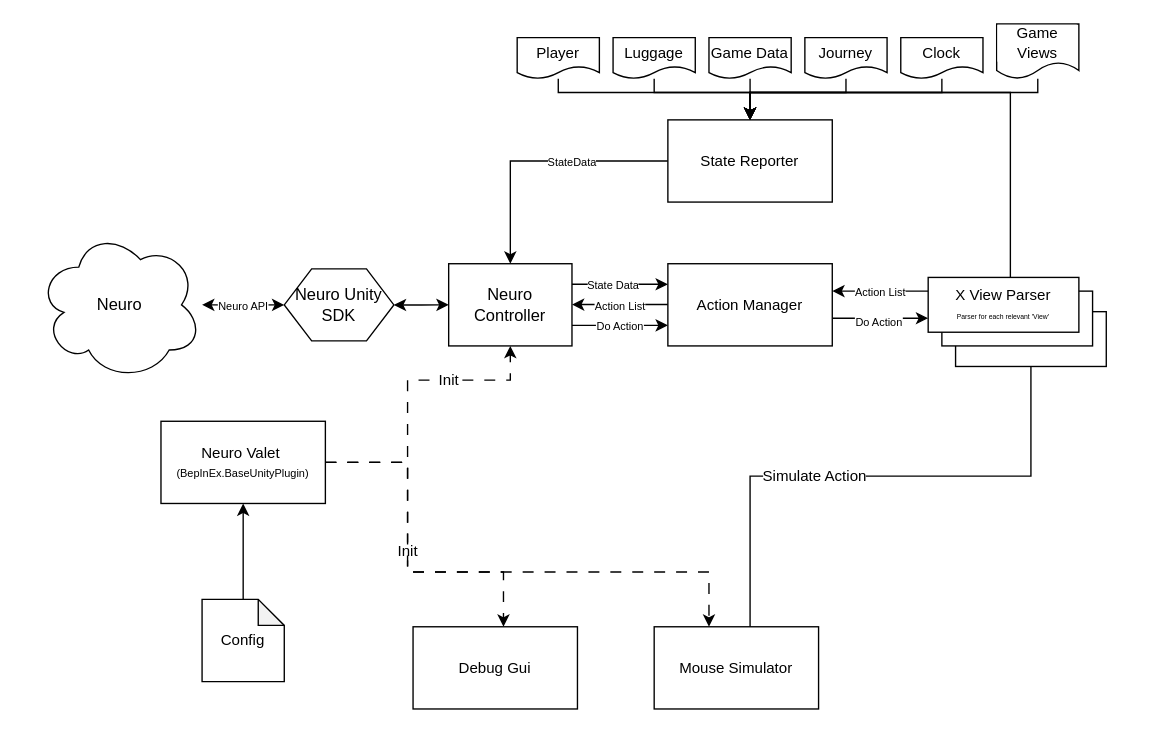
This is DesignDiagram.drawio from FortressSpy/NeuroValet, a draw.io file, before an edit. Source tidied: cells renumbered, new cells numbered last; positions are measured from the earlier drawing's top-left corner, leaving out a move shared by most shapes. Both pictures are drawn from the tidied source at 137%, with x=0, y=0 at pixel (37, 23).
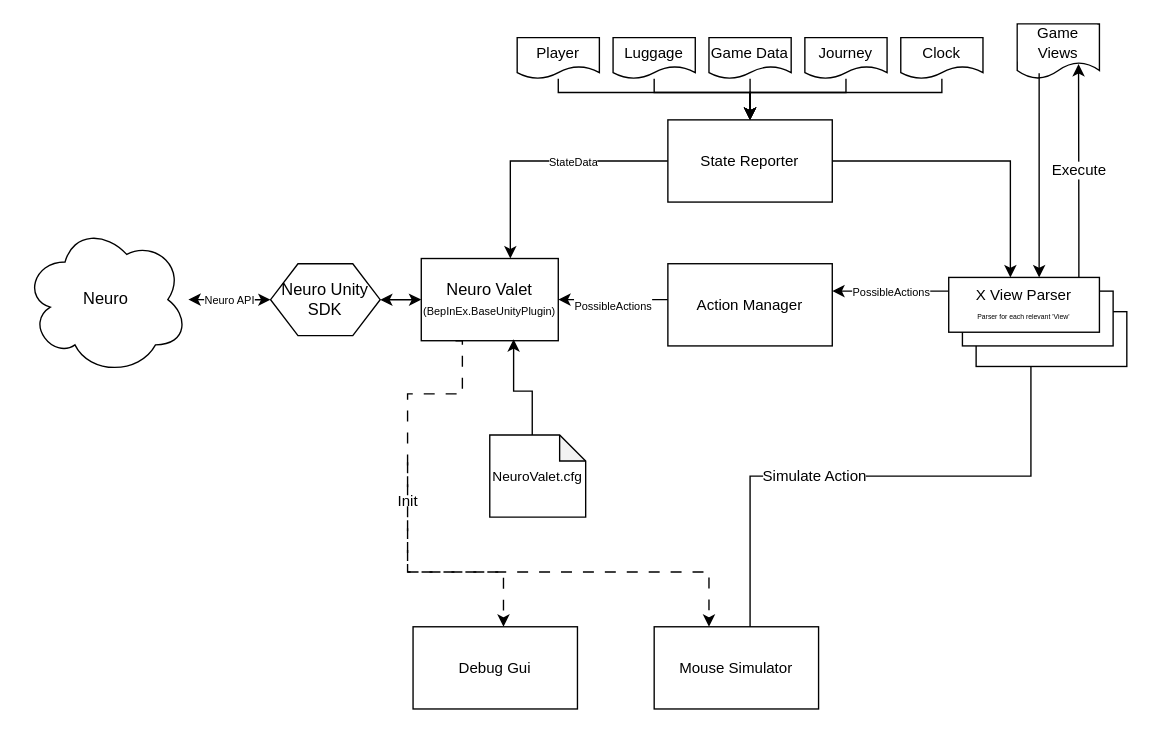
The same diagram, later.

Commit message (it also covers changes not shown here):
Updating readme and diagrams per latest design changes

Unchanged cells that the change refers to:
```xml
<mxCell id="17" value="Debug Gui" style="rounded=0;whiteSpace=wrap;html=1;fontFamily=Helvetica;fontSize=11;fontColor=default;labelBackgroundColor=default;" parent="1" vertex="1">
  <mxGeometry x="274" y="440" width="120" height="60" as="geometry" />
</mxCell>
<mxCell id="18" value="Mouse Simulator" style="rounded=0;whiteSpace=wrap;html=1;fontFamily=Helvetica;fontSize=11;fontColor=default;labelBackgroundColor=default;" parent="1" vertex="1">
  <mxGeometry x="450" y="440" width="120" height="60" as="geometry" />
</mxCell>
<mxCell id="19" value="State Reporter" style="rounded=0;whiteSpace=wrap;html=1;fontFamily=Helvetica;fontSize=11;fontColor=default;labelBackgroundColor=default;" parent="1" vertex="1">
  <mxGeometry x="460" y="70" width="120" height="60" as="geometry" />
</mxCell>
<mxCell id="23" value="Action Manager" style="rounded=0;whiteSpace=wrap;html=1;fontFamily=Helvetica;fontSize=11;fontColor=default;labelBackgroundColor=default;" parent="1" vertex="1">
  <mxGeometry x="460" y="175" width="120" height="60" as="geometry" />
</mxCell>
```

Change to the diagram source:
```diff
@@
     <mxCell id="3" style="rounded=0;whiteSpace=wrap;html=1;fontFamily=Helvetica;fontSize=11;fontColor=default;labelBackgroundColor=default;" parent="1" vertex="1">
-      <mxGeometry x="670" y="210" width="110" height="40" as="geometry" />
+      <mxGeometry x="685" y="210" width="110" height="40" as="geometry" />
     </mxCell>
     <mxCell id="4" style="rounded=0;whiteSpace=wrap;html=1;fontFamily=Helvetica;fontSize=11;fontColor=default;labelBackgroundColor=default;" parent="1" vertex="1">
-      <mxGeometry x="660" y="195" width="110" height="40" as="geometry" />
+      <mxGeometry x="675" y="195" width="110" height="40" as="geometry" />
     </mxCell>
     <mxCell id="5" value="Neuro" style="ellipse;shape=cloud;whiteSpace=wrap;html=1;" parent="1" vertex="1">
-      <mxGeometry y="150" width="120" height="110" as="geometry" />
+      <mxGeometry x="-10" y="146.2" width="120" height="110" as="geometry" />
     </mxCell>
@@
     <mxCell id="8" value="Neuro Unity SDK" style="shape=hexagon;perimeter=hexagonPerimeter2;whiteSpace=wrap;html=1;fixedSize=1;" parent="1" vertex="1">
-      <mxGeometry x="180" y="178.8" width="80" height="52.5" as="geometry" />
+      <mxGeometry x="170" y="175" width="80" height="52.5" as="geometry" />
     </mxCell>
@@
-    <mxCell id="10" value="&lt;font style=&quot;font-size: 8px;&quot;&gt;Do Action&lt;/font&gt;" style="edgeStyle=orthogonalEdgeStyle;shape=connector;rounded=0;orthogonalLoop=1;jettySize=auto;html=1;entryX=0;entryY=0.25;entryDx=0;entryDy=0;strokeColor=default;align=center;verticalAlign=middle;fontFamily=Helvetica;fontSize=11;fontColor=default;labelBackgroundColor=default;startArrow=none;startFill=0;endArrow=classic;" parent="1" edge="1">
-      <mxGeometry relative="1" as="geometry">
-        <mxPoint x="390" y="220" as="sourcePoint" />
-        <mxPoint x="460" y="220" as="targetPoint" />
-        <Array as="points">
-          <mxPoint x="410" y="220" />
-          <mxPoint x="410" y="220" />
-        </Array>
-      </mxGeometry>
-    </mxCell>
-    <mxCell id="11" value="&lt;font style=&quot;font-size: 8px;&quot;&gt;State Data&lt;/font&gt;" style="edgeStyle=orthogonalEdgeStyle;shape=connector;rounded=0;jettySize=auto;html=1;entryX=0;entryY=0.25;entryDx=0;entryDy=0;strokeColor=default;align=center;verticalAlign=middle;fontFamily=Helvetica;fontSize=11;fontColor=default;labelBackgroundColor=default;startArrow=none;startFill=0;endArrow=classic;" parent="1" edge="1" source="12" target="23">
-      <mxGeometry x="-0.14" relative="1" as="geometry">
-        <Array as="points">
-          <mxPoint x="410" y="190" />
-          <mxPoint x="410" y="190" />
-        </Array>
-      </mxGeometry>
-    </mxCell>
-    <mxCell id="12" value="Neuro Controller" style="rounded=0;whiteSpace=wrap;html=1;" parent="1" vertex="1">
-      <mxGeometry x="300" y="175" width="90" height="60" as="geometry" />
+    <mxCell id="12" value="Neuro Valet&lt;div&gt;&lt;font style=&quot;font-size: 8px;&quot;&gt;(BepInEx.BaseUnityPlugin)&lt;/font&gt;&lt;/div&gt;" style="rounded=0;whiteSpace=wrap;html=1;" parent="1" vertex="1">
+      <mxGeometry x="280" y="171.2" width="100" height="60" as="geometry" />
     </mxCell>
-    <mxCell id="13" value="Init" style="edgeStyle=orthogonalEdgeStyle;shape=connector;rounded=0;jettySize=auto;html=1;entryX=0.5;entryY=1;entryDx=0;entryDy=0;strokeColor=default;align=center;verticalAlign=middle;fontFamily=Helvetica;fontSize=11;fontColor=default;labelBackgroundColor=default;startArrow=none;startFill=0;endArrow=classic;dashed=1;dashPattern=8 8;exitX=1;exitY=0.5;exitDx=0;exitDy=0;" parent="1" edge="1" source="16" target="12">
-      <mxGeometry x="0.36" relative="1" as="geometry">
-        <Array as="points">
-          <mxPoint x="270" y="320" />
-          <mxPoint x="270" y="260" />
-          <mxPoint x="345" y="260" />
-        </Array>
-      </mxGeometry>
-    </mxCell>
-    <mxCell id="14" value="Init" style="edgeStyle=orthogonalEdgeStyle;shape=connector;rounded=0;jettySize=auto;html=1;strokeColor=default;align=center;verticalAlign=middle;fontFamily=Helvetica;fontSize=11;fontColor=default;labelBackgroundColor=default;startArrow=none;startFill=0;endArrow=classic;dashed=1;dashPattern=8 8;" parent="1" edge="1" source="16" target="17">
+    <mxCell id="14" value="Init" style="edgeStyle=orthogonalEdgeStyle;shape=connector;rounded=0;jettySize=auto;html=1;strokeColor=default;align=center;verticalAlign=middle;fontFamily=Helvetica;fontSize=11;fontColor=default;labelBackgroundColor=default;startArrow=none;startFill=0;endArrow=classic;dashed=1;dashPattern=8 8;exitX=0.25;exitY=1;exitDx=0;exitDy=0;" parent="1" edge="1" source="12" target="17">
       <mxGeometry relative="1" as="geometry">
         <Array as="points">
-          <mxPoint x="270" y="320" />
+          <mxPoint x="310" y="231" />
+          <mxPoint x="310" y="270" />
+          <mxPoint x="270" y="270" />
           <mxPoint x="270" y="400" />
           <mxPoint x="340" y="400" />
         </Array>
       </mxGeometry>
     </mxCell>
-    <mxCell id="15" style="edgeStyle=orthogonalEdgeStyle;shape=connector;rounded=0;jettySize=auto;html=1;strokeColor=default;align=center;verticalAlign=middle;fontFamily=Helvetica;fontSize=11;fontColor=default;labelBackgroundColor=default;startArrow=none;startFill=0;endArrow=classic;dashed=1;dashPattern=8 8;" parent="1" edge="1" source="16" target="18">
+    <mxCell id="15" style="edgeStyle=orthogonalEdgeStyle;shape=connector;rounded=0;jettySize=auto;html=1;strokeColor=default;align=center;verticalAlign=middle;fontFamily=Helvetica;fontSize=11;fontColor=default;labelBackgroundColor=default;startArrow=none;startFill=0;endArrow=classic;dashed=1;dashPattern=8 8;" parent="1" edge="1" target="18">
       <mxGeometry relative="1" as="geometry">
+        <mxPoint x="270" y="320" as="sourcePoint" />
         <Array as="points">
           <mxPoint x="270" y="320" />
           <mxPoint x="270" y="400" />
           <mxPoint x="490" y="400" />
         </Array>
       </mxGeometry>
     </mxCell>
-    <mxCell id="16" value="Neuro Valet&amp;nbsp;&lt;br&gt;&lt;font style=&quot;font-size: 8px;&quot;&gt;(BepInEx.BaseUnityPlugin)&lt;/font&gt;" style="rounded=0;whiteSpace=wrap;html=1;fontFamily=Helvetica;fontSize=11;fontColor=default;labelBackgroundColor=default;" parent="1" vertex="1">
-      <mxGeometry x="90" y="290" width="120" height="60" as="geometry" />
-    </mxCell>
@@
-    <mxCell id="20" value="&lt;font style=&quot;font-size: 8px;&quot;&gt;Action List&lt;/font&gt;" style="edgeStyle=orthogonalEdgeStyle;shape=connector;rounded=0;orthogonalLoop=1;jettySize=auto;html=1;strokeColor=default;align=center;verticalAlign=middle;fontFamily=Helvetica;fontSize=11;fontColor=default;labelBackgroundColor=default;startArrow=none;startFill=0;endArrow=classic;" parent="1" edge="1">
-      <mxGeometry x="0.01" relative="1" as="geometry">
-        <mxPoint x="460" y="204.8" as="sourcePoint" />
-        <mxPoint x="390" y="204.8" as="targetPoint" />
-        <Array as="points">
-          <mxPoint x="420" y="204.8" />
-          <mxPoint x="420" y="204.8" />
-        </Array>
-      </mxGeometry>
-    </mxCell>
-    <mxCell id="21" style="edgeStyle=orthogonalEdgeStyle;shape=connector;rounded=0;orthogonalLoop=1;jettySize=auto;html=1;entryX=0;entryY=0.5;entryDx=0;entryDy=0;strokeColor=default;align=center;verticalAlign=middle;fontFamily=Helvetica;fontSize=11;fontColor=default;labelBackgroundColor=default;startArrow=none;startFill=0;endArrow=classic;" parent="1" edge="1">
-      <mxGeometry relative="1" as="geometry">
-        <mxPoint x="580" y="214.8" as="sourcePoint" />
-        <mxPoint x="650" y="214.8" as="targetPoint" />
-      </mxGeometry>
-    </mxCell>
-    <mxCell id="22" value="&lt;font style=&quot;font-size: 8px;&quot;&gt;Do Action&lt;/font&gt;" style="edgeLabel;html=1;align=center;verticalAlign=middle;fontFamily=Helvetica;fontSize=11;fontColor=default;labelBackgroundColor=default;" parent="21" vertex="1">
-      <mxGeometry x="-0.05" y="-2" relative="1" as="geometry" />
-    </mxCell>
+    <mxCell id="41" value="&lt;font style=&quot;font-size: 8px;&quot;&gt;PossibleActions&lt;/font&gt;" style="edgeStyle=orthogonalEdgeStyle;rounded=0;jettySize=auto;html=1;entryX=1;entryY=0.5;entryDx=0;entryDy=0;" parent="1" edge="1" source="23" target="12">
+      <mxGeometry y="4" relative="1" as="geometry">
+        <Array as="points">
+          <mxPoint x="415" y="201" />
+        </Array>
+      </mxGeometry>
+    </mxCell>
@@
-    <mxCell id="32" value="&lt;font style=&quot;font-size: 8px;&quot;&gt;Action List&lt;/font&gt;" style="edgeStyle=orthogonalEdgeStyle;shape=connector;rounded=0;orthogonalLoop=1;jettySize=auto;html=1;entryX=1;entryY=0.5;entryDx=0;entryDy=0;strokeColor=default;align=center;verticalAlign=middle;fontFamily=Helvetica;fontSize=11;fontColor=default;labelBackgroundColor=default;startArrow=none;startFill=0;endArrow=classic;" parent="1" edge="1">
+    <mxCell id="32" value="&lt;font style=&quot;font-size: 8px;&quot;&gt;PossibleActions&lt;/font&gt;" style="edgeStyle=orthogonalEdgeStyle;shape=connector;rounded=0;jettySize=auto;html=1;entryX=1;entryY=0.5;entryDx=0;entryDy=0;strokeColor=default;align=center;verticalAlign=middle;fontFamily=Helvetica;fontSize=11;fontColor=default;labelBackgroundColor=default;startArrow=none;startFill=0;endArrow=classic;exitX=0;exitY=0.25;exitDx=0;exitDy=0;" parent="1" edge="1" source="34">
       <mxGeometry relative="1" as="geometry">
-        <mxPoint x="650" y="195" as="sourcePoint" />
         <mxPoint x="580" y="195" as="targetPoint" />
       </mxGeometry>
     </mxCell>
-    <mxCell id="33" style="edgeStyle=orthogonalEdgeStyle;shape=connector;rounded=0;jettySize=auto;html=1;entryX=0.5;entryY=0;entryDx=0;entryDy=0;strokeColor=default;align=center;verticalAlign=middle;fontFamily=Helvetica;fontSize=11;fontColor=default;labelBackgroundColor=default;startArrow=none;startFill=0;endArrow=classic;" parent="1" edge="1" source="34" target="19">
+    <mxCell id="33" style="edgeStyle=orthogonalEdgeStyle;shape=connector;rounded=0;jettySize=auto;html=1;entryX=1;entryY=0.5;entryDx=0;entryDy=0;strokeColor=default;align=center;verticalAlign=middle;fontFamily=Helvetica;fontSize=11;fontColor=default;labelBackgroundColor=default;startArrow=classic;startFill=1;endArrow=none;endFill=0;" parent="1" edge="1" source="34" target="19">
       <mxGeometry relative="1" as="geometry">
         <Array as="points">
-          <mxPoint x="710" y="50" />
-          <mxPoint x="520" y="50" />
+          <mxPoint x="710" y="100" />
+          <mxPoint x="580" y="100" />
         </Array>
       </mxGeometry>
     </mxCell>
     <mxCell id="34" value="X View Parser&lt;br&gt;&lt;font style=&quot;font-size: 5px;&quot;&gt;Parser for each relevant 'View'&lt;/font&gt;" style="rounded=0;whiteSpace=wrap;html=1;fontFamily=Helvetica;fontSize=11;fontColor=default;labelBackgroundColor=default;" parent="1" vertex="1">
-      <mxGeometry x="650" y="185" width="110" height="40" as="geometry" />
+      <mxGeometry x="665" y="185" width="110" height="40" as="geometry" />
     </mxCell>
@@
-    <mxCell id="37" style="edgeStyle=orthogonalEdgeStyle;shape=connector;rounded=0;jettySize=auto;html=1;strokeColor=default;align=center;verticalAlign=middle;fontFamily=Helvetica;fontSize=11;fontColor=default;labelBackgroundColor=default;startArrow=none;startFill=0;endArrow=classic;" parent="1" edge="1" source="38" target="16">
-      <mxGeometry relative="1" as="geometry">
-        <Array as="points">
-          <mxPoint x="150" y="400" />
-          <mxPoint x="150" y="400" />
-        </Array>
-      </mxGeometry>
-    </mxCell>
+    <mxCell id="42" style="edgeStyle=orthogonalEdgeStyle;rounded=0;jettySize=auto;html=1;entryX=0.674;entryY=0.982;entryDx=0;entryDy=0;entryPerimeter=0;" parent="1" edge="1" source="38" target="12">
+      <mxGeometry relative="1" as="geometry">
+        <Array as="points">
+          <mxPoint x="361" y="268" />
+        </Array>
+      </mxGeometry>
+    </mxCell>
-    <mxCell id="38" value="Config" style="shape=note;whiteSpace=wrap;html=1;backgroundOutline=1;darkOpacity=0.05;fontFamily=Helvetica;fontSize=11;fontColor=default;labelBackgroundColor=default;size=19;" parent="1" vertex="1">
-      <mxGeometry x="120" y="420" width="60" height="60" as="geometry" />
+    <mxCell id="38" value="&lt;font style=&quot;font-size: 10px;&quot;&gt;NeuroValet.cfg&lt;/font&gt;" style="shape=note;whiteSpace=wrap;html=1;backgroundOutline=1;darkOpacity=0.05;fontFamily=Helvetica;fontSize=11;fontColor=default;labelBackgroundColor=default;size=19;" parent="1" vertex="1">
+      <mxGeometry x="330" y="300" width="70" height="60" as="geometry" />
     </mxCell>
-    <mxCell id="39" style="edgeStyle=orthogonalEdgeStyle;shape=connector;rounded=0;jettySize=auto;html=1;strokeColor=default;align=center;verticalAlign=middle;fontFamily=Helvetica;fontSize=11;fontColor=default;labelBackgroundColor=default;startArrow=none;startFill=0;endArrow=classic;" parent="1" edge="1" source="40" target="19">
-      <mxGeometry relative="1" as="geometry">
-        <Array as="points">
-          <mxPoint x="730" y="50" />
-          <mxPoint x="520" y="50" />
-        </Array>
-      </mxGeometry>
-    </mxCell>
     <mxCell id="40" value="Game Views" style="shape=document;whiteSpace=wrap;html=1;boundedLbl=1;fontFamily=Helvetica;fontSize=11;fontColor=default;labelBackgroundColor=default;" parent="1" vertex="1">
-      <mxGeometry x="700" width="60" height="40" as="geometry" />
+      <mxGeometry x="715" width="60" height="40" as="geometry" />
     </mxCell>
+    <mxCell id="43" style="edgeStyle=orthogonalEdgeStyle;rounded=0;jettySize=auto;html=1;endArrow=none;endFill=0;startArrow=classic;startFill=1;" parent="1" edge="1" source="34">
+      <mxGeometry relative="1" as="geometry">
+        <mxPoint x="731" y="36" as="targetPoint" />
+        <Array as="points">
+          <mxPoint x="731" y="150" />
+          <mxPoint x="731" y="150" />
+        </Array>
+      </mxGeometry>
+    </mxCell>
+    <mxCell id="44" value="Execute" style="edgeStyle=orthogonalEdgeStyle;rounded=0;jettySize=auto;html=1;entryX=0.746;entryY=0.731;entryDx=0;entryDy=0;entryPerimeter=0;" parent="1" edge="1" source="34" target="40">
+      <mxGeometry relative="1" as="geometry">
+        <Array as="points">
+          <mxPoint x="760" y="150" />
+          <mxPoint x="760" y="150" />
+        </Array>
+      </mxGeometry>
+    </mxCell>
```
